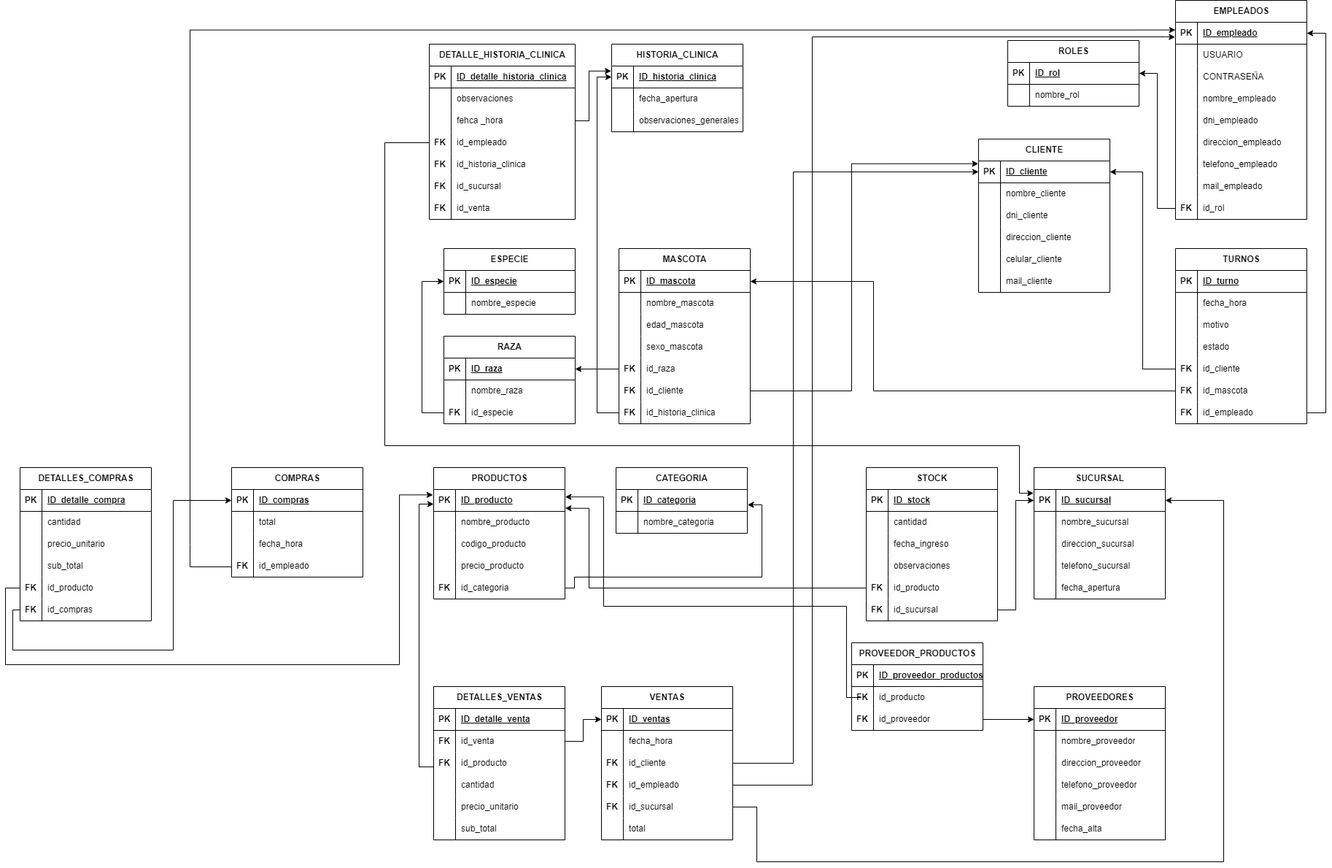
This is documentos/DER.drawio.png from Davidvg29/softvet, a draw.io export, as it was before one commit. Source tidied: cells renumbered, new cells last; positions are measured from the earlier drawing's top-left corner, leaving out a move shared by most shapes.
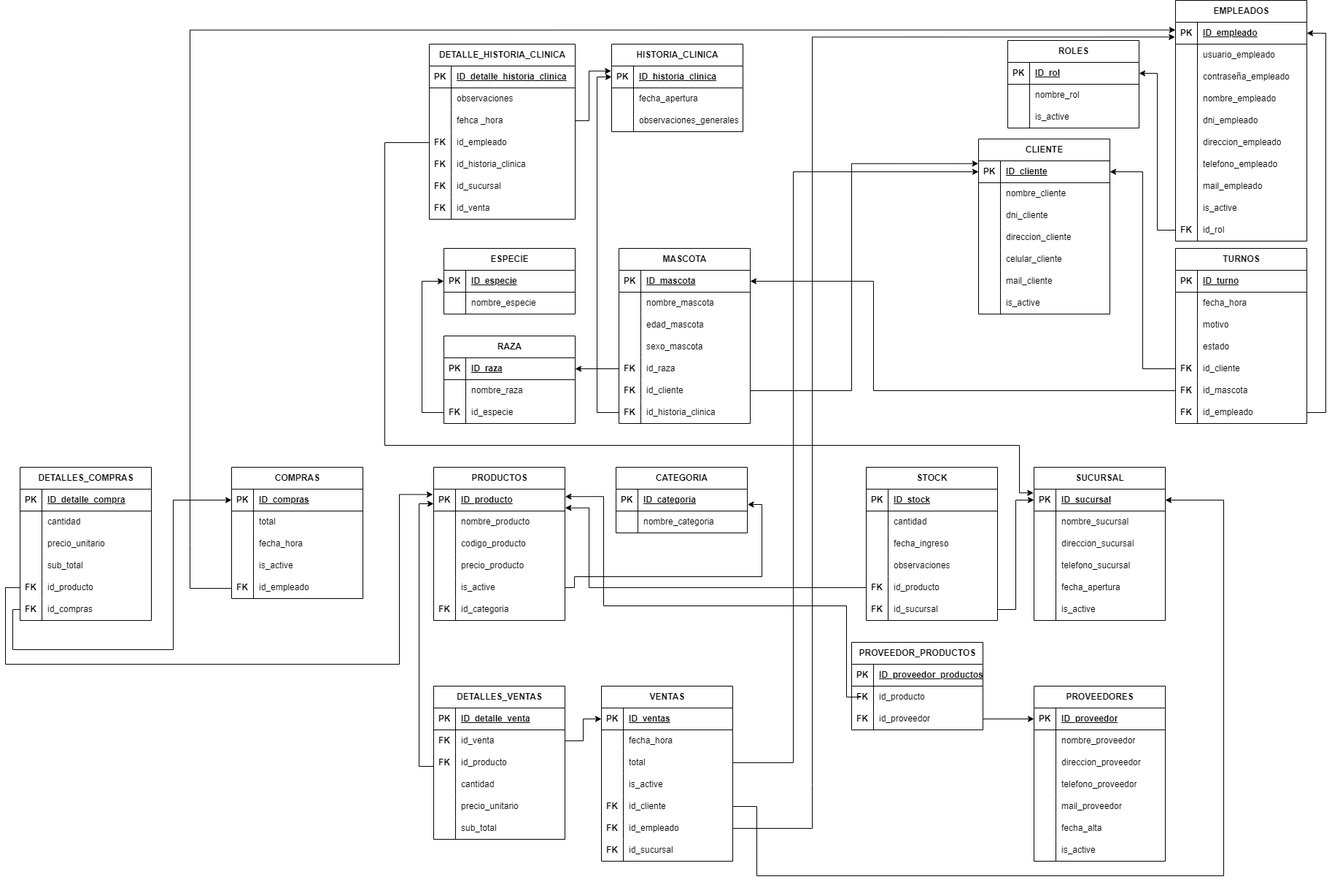
After the commit.

What changed in the source:
```diff
@@ -5,3 +5,3 @@
     <mxCell id="2" value="CLIENTE" style="shape=table;startSize=30;rowLines=0;fontStyle=1;align=center;html=1;" parent="1" vertex="1">
-      <mxGeometry x="1334" y="190" width="180" height="210" as="geometry" />
+      <mxGeometry x="1334" y="190" width="180" height="240" as="geometry" />
     </mxCell>
@@ -61,2 +61,11 @@
     </mxCell>
+    <mxCell id="330" style="shape=tableRow;horizontal=0;startSize=0;swimlaneHead=0;swimlaneBody=0;fillColor=none;top=0;left=0;right=0;bottom=0;" parent="2" vertex="1">
+      <mxGeometry y="210" width="180" height="30" as="geometry" />
+    </mxCell>
+    <mxCell id="331" style="shape=partialRectangle;fillColor=none;top=0;left=0;bottom=0;right=0;overflow=hidden;whiteSpace=wrap;html=1;" parent="330" vertex="1">
+      <mxGeometry width="30" height="30" as="geometry" />
+    </mxCell>
+    <mxCell id="332" value="is_active" style="shape=partialRectangle;fillColor=none;top=0;left=0;bottom=0;right=0;align=left;spacingLeft=6;overflow=hidden;whiteSpace=wrap;html=1;" parent="330" vertex="1">
+      <mxGeometry x="30" width="150" height="30" as="geometry" />
+    </mxCell>
     <mxCell id="21" value="MASCOTA" style="shape=table;startSize=30;rowLines=0;fontStyle=1;align=center;html=1;" parent="1" vertex="1">
@@ -128,3 +137,3 @@
     <mxCell id="43" value="PRODUCTOS" style="shape=table;startSize=30;rowLines=0;fontStyle=1;align=center;html=1;" parent="1" vertex="1">
-      <mxGeometry x="587" y="640" width="180" height="180" as="geometry" />
+      <mxGeometry x="587" y="640" width="180" height="210" as="geometry" />
     </mxCell>
@@ -166,4 +175,13 @@
     </mxCell>
+    <mxCell id="333" style="shape=tableRow;horizontal=0;startSize=0;swimlaneHead=0;swimlaneBody=0;fillColor=none;top=0;left=0;right=0;bottom=0;" parent="43" vertex="1">
+      <mxGeometry y="150" width="180" height="30" as="geometry" />
+    </mxCell>
+    <mxCell id="334" style="shape=partialRectangle;fillColor=none;top=0;left=0;bottom=0;right=0;overflow=hidden;whiteSpace=wrap;html=1;" parent="333" vertex="1">
+      <mxGeometry width="30" height="30" as="geometry" />
+    </mxCell>
+    <mxCell id="335" value="is_active" style="shape=partialRectangle;fillColor=none;top=0;left=0;bottom=0;right=0;align=left;spacingLeft=6;overflow=hidden;whiteSpace=wrap;html=1;" parent="333" vertex="1">
+      <mxGeometry x="30" width="150" height="30" as="geometry" />
+    </mxCell>
     <mxCell id="56" style="shape=tableRow;horizontal=0;startSize=0;swimlaneHead=0;swimlaneBody=0;fillColor=none;points=[[0,0.5],[1,0.5]];portConstraint=eastwest;top=0;left=0;right=0;bottom=0;" parent="43" vertex="1">
-      <mxGeometry y="150" width="180" height="30" as="geometry" />
+      <mxGeometry y="180" width="180" height="30" as="geometry" />
     </mxCell>
@@ -176,3 +194,3 @@
     <mxCell id="59" value="PROVEEDORES" style="shape=table;startSize=30;rowLines=0;fontStyle=1;align=center;html=1;" parent="1" vertex="1">
-      <mxGeometry x="1410" y="940" width="180" height="210" as="geometry" />
+      <mxGeometry x="1410" y="940" width="180" height="240" as="geometry" />
     </mxCell>
@@ -232,4 +250,13 @@
     </mxCell>
+    <mxCell id="336" style="shape=tableRow;horizontal=0;startSize=0;swimlaneHead=0;swimlaneBody=0;fillColor=none;top=0;left=0;right=0;bottom=0;" parent="59" vertex="1">
+      <mxGeometry y="210" width="180" height="30" as="geometry" />
+    </mxCell>
+    <mxCell id="337" style="shape=partialRectangle;fillColor=none;top=0;left=0;bottom=0;right=0;overflow=hidden;whiteSpace=wrap;html=1;" parent="336" vertex="1">
+      <mxGeometry width="30" height="30" as="geometry" />
+    </mxCell>
+    <mxCell id="338" value="is_active" style="shape=partialRectangle;fillColor=none;top=0;left=0;bottom=0;right=0;align=left;spacingLeft=6;overflow=hidden;whiteSpace=wrap;html=1;" parent="336" vertex="1">
+      <mxGeometry x="30" width="150" height="30" as="geometry" />
+    </mxCell>
     <mxCell id="78" value="SUCURSAL" style="shape=table;startSize=30;rowLines=0;fontStyle=1;align=center;html=1;" parent="1" vertex="1">
-      <mxGeometry x="1410" y="640" width="180" height="180" as="geometry" />
+      <mxGeometry x="1410" y="640" width="180" height="210" as="geometry" />
     </mxCell>
@@ -280,4 +307,13 @@
     </mxCell>
+    <mxCell id="138" style="shape=tableRow;horizontal=0;startSize=0;swimlaneHead=0;swimlaneBody=0;fillColor=none;top=0;left=0;right=0;bottom=0;" parent="78" vertex="1">
+      <mxGeometry y="180" width="180" height="30" as="geometry" />
+    </mxCell>
+    <mxCell id="339" style="shape=partialRectangle;fillColor=none;top=0;left=0;bottom=0;right=0;overflow=hidden;whiteSpace=wrap;html=1;" parent="138" vertex="1">
+      <mxGeometry width="30" height="30" as="geometry" />
+    </mxCell>
+    <mxCell id="340" value="is_active" style="shape=partialRectangle;fillColor=none;top=0;left=0;bottom=0;right=0;align=left;spacingLeft=6;overflow=hidden;whiteSpace=wrap;html=1;" parent="138" vertex="1">
+      <mxGeometry x="30" width="150" height="30" as="geometry" />
+    </mxCell>
     <mxCell id="94" value="EMPLEADOS" style="shape=table;startSize=30;rowLines=0;fontStyle=1;align=center;html=1;" parent="1" vertex="1">
-      <mxGeometry x="1604" width="180" height="300" as="geometry" />
+      <mxGeometry x="1604" width="180" height="330" as="geometry" />
     </mxCell>
@@ -298,3 +334,3 @@
     </mxCell>
-    <mxCell id="100" value="USUARIO" style="shape=partialRectangle;fillColor=none;top=0;left=0;bottom=0;right=0;align=left;spacingLeft=6;overflow=hidden;whiteSpace=wrap;html=1;" parent="98" vertex="1">
+    <mxCell id="100" value="usuario_empleado" style="shape=partialRectangle;fillColor=none;top=0;left=0;bottom=0;right=0;align=left;spacingLeft=6;overflow=hidden;whiteSpace=wrap;html=1;" parent="98" vertex="1">
       <mxGeometry x="30" width="150" height="30" as="geometry" />
@@ -307,3 +343,3 @@
     </mxCell>
-    <mxCell id="103" value="CONTRASEÑA" style="shape=partialRectangle;fillColor=none;top=0;left=0;bottom=0;right=0;align=left;spacingLeft=6;overflow=hidden;whiteSpace=wrap;html=1;" parent="101" vertex="1">
+    <mxCell id="103" value="contraseña_empleado" style="shape=partialRectangle;fillColor=none;top=0;left=0;bottom=0;right=0;align=left;spacingLeft=6;overflow=hidden;whiteSpace=wrap;html=1;" parent="101" vertex="1">
       <mxGeometry x="30" width="150" height="30" as="geometry" />
@@ -355,4 +391,13 @@
     </mxCell>
+    <mxCell id="341" style="shape=tableRow;horizontal=0;startSize=0;swimlaneHead=0;swimlaneBody=0;fillColor=none;top=0;left=0;right=0;bottom=0;" parent="94" vertex="1">
+      <mxGeometry y="270" width="180" height="30" as="geometry" />
+    </mxCell>
+    <mxCell id="342" style="shape=partialRectangle;fillColor=none;top=0;left=0;bottom=0;right=0;overflow=hidden;whiteSpace=wrap;html=1;" parent="341" vertex="1">
+      <mxGeometry width="30" height="30" as="geometry" />
+    </mxCell>
+    <mxCell id="343" value="is_active" style="shape=partialRectangle;fillColor=none;top=0;left=0;bottom=0;right=0;align=left;spacingLeft=6;overflow=hidden;whiteSpace=wrap;html=1;" parent="341" vertex="1">
+      <mxGeometry x="30" width="150" height="30" as="geometry" />
+    </mxCell>
     <mxCell id="119" style="shape=tableRow;horizontal=0;startSize=0;swimlaneHead=0;swimlaneBody=0;fillColor=none;points=[[0,0.5],[1,0.5]];portConstraint=eastwest;top=0;left=0;right=0;bottom=0;" parent="94" vertex="1">
-      <mxGeometry y="270" width="180" height="30" as="geometry" />
+      <mxGeometry y="300" width="180" height="30" as="geometry" />
     </mxCell>
@@ -365,3 +410,3 @@
     <mxCell id="122" value="VENTAS" style="shape=table;startSize=30;rowLines=0;fontStyle=1;align=center;html=1;" parent="1" vertex="1">
-      <mxGeometry x="817" y="940" width="180" height="210" as="geometry" />
+      <mxGeometry x="817" y="940" width="180" height="240" as="geometry" />
     </mxCell>
@@ -385,4 +430,22 @@
     </mxCell>
+    <mxCell id="344" style="shape=tableRow;horizontal=0;startSize=0;swimlaneHead=0;swimlaneBody=0;fillColor=none;top=0;left=0;right=0;bottom=0;" parent="122" vertex="1">
+      <mxGeometry y="90" width="180" height="30" as="geometry" />
+    </mxCell>
+    <mxCell id="345" style="shape=partialRectangle;fillColor=none;top=0;left=0;bottom=0;right=0;overflow=hidden;whiteSpace=wrap;html=1;" parent="344" vertex="1">
+      <mxGeometry width="30" height="30" as="geometry" />
+    </mxCell>
+    <mxCell id="140" value="total" style="shape=partialRectangle;fillColor=none;top=0;left=0;bottom=0;right=0;align=left;spacingLeft=6;overflow=hidden;whiteSpace=wrap;html=1;" parent="344" vertex="1">
+      <mxGeometry x="30" width="150" height="30" as="geometry" />
+    </mxCell>
+    <mxCell id="346" style="shape=tableRow;horizontal=0;startSize=0;swimlaneHead=0;swimlaneBody=0;fillColor=none;top=0;left=0;right=0;bottom=0;" parent="122" vertex="1">
+      <mxGeometry y="120" width="180" height="30" as="geometry" />
+    </mxCell>
+    <mxCell id="347" style="shape=partialRectangle;fillColor=none;top=0;left=0;bottom=0;right=0;overflow=hidden;whiteSpace=wrap;html=1;" parent="346" vertex="1">
+      <mxGeometry width="30" height="30" as="geometry" />
+    </mxCell>
+    <mxCell id="348" value="is_active" style="shape=partialRectangle;fillColor=none;top=0;left=0;bottom=0;right=0;align=left;spacingLeft=6;overflow=hidden;whiteSpace=wrap;html=1;" parent="346" vertex="1">
+      <mxGeometry x="30" width="150" height="30" as="geometry" />
+    </mxCell>
     <mxCell id="129" style="shape=tableRow;horizontal=0;startSize=0;swimlaneHead=0;swimlaneBody=0;fillColor=none;points=[[0,0.5],[1,0.5]];portConstraint=eastwest;top=0;left=0;right=0;bottom=0;" parent="122" vertex="1">
-      <mxGeometry y="90" width="180" height="30" as="geometry" />
+      <mxGeometry y="150" width="180" height="30" as="geometry" />
     </mxCell>
@@ -395,3 +458,3 @@
     <mxCell id="132" style="shape=tableRow;horizontal=0;startSize=0;swimlaneHead=0;swimlaneBody=0;fillColor=none;points=[[0,0.5],[1,0.5]];portConstraint=eastwest;top=0;left=0;right=0;bottom=0;" parent="122" vertex="1">
-      <mxGeometry y="120" width="180" height="30" as="geometry" />
+      <mxGeometry y="180" width="180" height="30" as="geometry" />
     </mxCell>
@@ -404,3 +467,3 @@
     <mxCell id="135" style="shape=tableRow;horizontal=0;startSize=0;swimlaneHead=0;swimlaneBody=0;fillColor=none;points=[[0,0.5],[1,0.5]];portConstraint=eastwest;top=0;left=0;right=0;bottom=0;" parent="122" vertex="1">
-      <mxGeometry y="150" width="180" height="30" as="geometry" />
+      <mxGeometry y="210" width="180" height="30" as="geometry" />
     </mxCell>
@@ -412,11 +475,2 @@
     </mxCell>
-    <mxCell id="138" style="shape=tableRow;horizontal=0;startSize=0;swimlaneHead=0;swimlaneBody=0;fillColor=none;top=0;left=0;right=0;bottom=0;" parent="122" vertex="1">
-      <mxGeometry y="180" width="180" height="30" as="geometry" />
-    </mxCell>
-    <mxCell id="139" style="shape=partialRectangle;fillColor=none;top=0;left=0;bottom=0;right=0;overflow=hidden;whiteSpace=wrap;html=1;" parent="138" vertex="1">
-      <mxGeometry width="30" height="30" as="geometry" />
-    </mxCell>
-    <mxCell id="140" value="total" style="shape=partialRectangle;fillColor=none;top=0;left=0;bottom=0;right=0;align=left;spacingLeft=6;overflow=hidden;whiteSpace=wrap;html=1;" parent="138" vertex="1">
-      <mxGeometry x="30" width="150" height="30" as="geometry" />
-    </mxCell>
     <mxCell id="141" value="DETALLES_VENTAS" style="shape=table;startSize=30;rowLines=0;fontStyle=1;align=center;html=1;" parent="1" vertex="1">
@@ -545,3 +599,3 @@
     <mxCell id="182" value="ROLES" style="shape=table;startSize=30;rowLines=0;fontStyle=1;align=center;html=1;" parent="1" vertex="1">
-      <mxGeometry x="1374" y="55" width="180" height="90" as="geometry" />
+      <mxGeometry x="1374" y="55" width="180" height="120" as="geometry" />
     </mxCell>
@@ -565,2 +619,11 @@
     </mxCell>
+    <mxCell id="349" style="shape=tableRow;horizontal=0;startSize=0;swimlaneHead=0;swimlaneBody=0;fillColor=none;top=0;left=0;right=0;bottom=0;" parent="182" vertex="1">
+      <mxGeometry y="90" width="180" height="30" as="geometry" />
+    </mxCell>
+    <mxCell id="350" style="shape=partialRectangle;fillColor=none;top=0;left=0;bottom=0;right=0;overflow=hidden;whiteSpace=wrap;html=1;" parent="349" vertex="1">
+      <mxGeometry width="30" height="30" as="geometry" />
+    </mxCell>
+    <mxCell id="351" value="is_active" style="shape=partialRectangle;fillColor=none;top=0;left=0;bottom=0;right=0;align=left;spacingLeft=6;overflow=hidden;whiteSpace=wrap;html=1;" parent="349" vertex="1">
+      <mxGeometry x="30" width="150" height="30" as="geometry" />
+    </mxCell>
     <mxCell id="189" value="ESPECIE" style="shape=table;startSize=30;rowLines=0;fontStyle=1;align=center;html=1;" parent="1" vertex="1">
@@ -931,4 +994,4 @@
           <mxPoint x="1030" y="1105" />
-          <mxPoint x="1030" y="1180" />
-          <mxPoint x="1670" y="1180" />
+          <mxPoint x="1030" y="1200" />
+          <mxPoint x="1670" y="1200" />
           <mxPoint x="1670" y="685" />
@@ -938,3 +1001,3 @@
     <mxCell id="292" value="COMPRAS" style="shape=table;startSize=30;rowLines=0;fontStyle=1;align=center;html=1;" parent="1" vertex="1">
-      <mxGeometry x="310" y="640" width="180" height="150" as="geometry" />
+      <mxGeometry x="310" y="640" width="180" height="180" as="geometry" />
     </mxCell>
@@ -967,4 +1030,13 @@
     </mxCell>
+    <mxCell id="352" style="shape=tableRow;horizontal=0;startSize=0;swimlaneHead=0;swimlaneBody=0;fillColor=none;top=0;left=0;right=0;bottom=0;" parent="292" vertex="1">
+      <mxGeometry y="120" width="180" height="30" as="geometry" />
+    </mxCell>
+    <mxCell id="353" style="shape=partialRectangle;fillColor=none;top=0;left=0;bottom=0;right=0;overflow=hidden;whiteSpace=wrap;html=1;" parent="352" vertex="1">
+      <mxGeometry width="30" height="30" as="geometry" />
+    </mxCell>
+    <mxCell id="354" value="is_active" style="shape=partialRectangle;fillColor=none;top=0;left=0;bottom=0;right=0;align=left;spacingLeft=6;overflow=hidden;whiteSpace=wrap;html=1;" parent="352" vertex="1">
+      <mxGeometry x="30" width="150" height="30" as="geometry" />
+    </mxCell>
     <mxCell id="302" style="shape=tableRow;horizontal=0;startSize=0;swimlaneHead=0;swimlaneBody=0;fillColor=none;points=[[0,0.5],[1,0.5]];portConstraint=eastwest;top=0;left=0;right=0;bottom=0;" parent="292" vertex="1">
-      <mxGeometry y="120" width="180" height="30" as="geometry" />
+      <mxGeometry y="150" width="180" height="30" as="geometry" />
     </mxCell>
```
